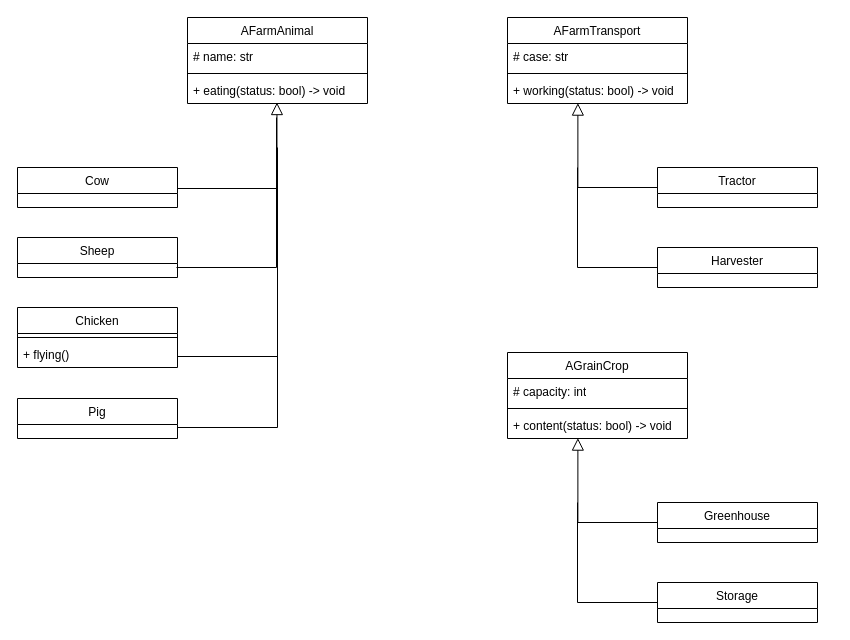
kondak12/oop_practices keeps this draw.io diagram as hw_5/oop_5_2_1.drawio. Above is the earlier version. Source tidied: cells renumbered, new cells numbered last; positions are measured from the earlier drawing's top-left corner, leaving out a move shared by most shapes. Both pictures are drawn from the tidied source at 100%, with x=0, y=0 at pixel (17, 17).
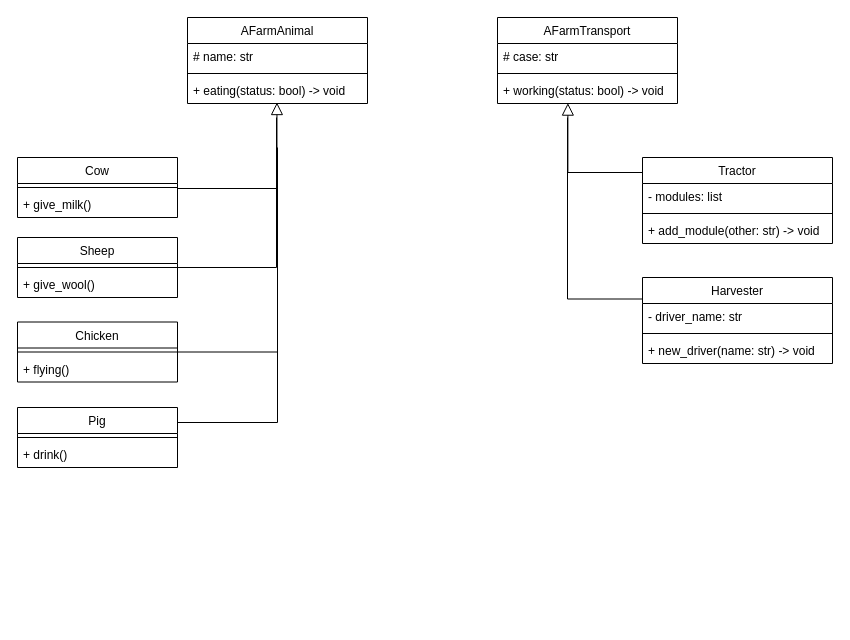
The same diagram, later.

Unchanged cells that the change refers to:
```xml
<mxCell id="20" value="+ working(status: bool) -&amp;gt; void" style="text;strokeColor=none;fillColor=none;align=left;verticalAlign=top;spacingLeft=4;spacingRight=4;overflow=hidden;points=[[0,0.5],[1,0.5]];portConstraint=eastwest;whiteSpace=wrap;html=1;" parent="17" vertex="1">
  <mxGeometry y="60" width="180" height="26" as="geometry" />
</mxCell>
```

Diff of the diagram source:
```diff
@@
-    <mxCell id="2" value="Tractor" style="swimlane;fontStyle=0;align=center;verticalAlign=top;horizontal=1;startSize=26;rounded=0;shadow=0;strokeWidth=1;" parent="1" vertex="1">
-      <mxGeometry x="640" y="150" width="160" height="40" as="geometry" />
-    </mxCell>
-    <mxCell id="3" value="Cow" style="swimlane;fontStyle=0;align=center;verticalAlign=top;horizontal=1;startSize=26;rounded=0;shadow=0;strokeWidth=1;" parent="1" vertex="1">
-      <mxGeometry y="150" width="160" height="40" as="geometry" />
-    </mxCell>
@@
-    <mxCell id="5" value="Harvester" style="swimlane;fontStyle=0;align=center;verticalAlign=top;horizontal=1;startSize=26;rounded=0;shadow=0;strokeWidth=1;" parent="1" vertex="1">
-      <mxGeometry x="640" y="230" width="160" height="40" as="geometry" />
-    </mxCell>
-    <mxCell id="6" style="endArrow=none;html=1;rounded=0;exitX=0;exitY=0.5;exitDx=0;exitDy=0;edgeStyle=elbowEdgeStyle;" parent="1" edge="1" source="5">
+    <mxCell id="6" style="endArrow=none;html=1;rounded=0;exitX=0;exitY=0.25;exitDx=0;exitDy=0;edgeStyle=elbowEdgeStyle;" parent="1" edge="1" source="5">
       <mxGeometry relative="1" as="geometry">
-        <mxPoint x="560" y="150" as="targetPoint" />
+        <mxPoint x="550" y="100" as="targetPoint" />
         <Array as="points">
-          <mxPoint x="560" y="260" />
+          <mxPoint x="550" y="280" />
         </Array>
       </mxGeometry>
     </mxCell>
-    <mxCell id="7" style="endArrow=none;html=1;rounded=0;edgeStyle=elbowEdgeStyle;exitX=1;exitY=0.5;exitDx=0;exitDy=0;" parent="1" edge="1">
+    <mxCell id="7" style="endArrow=none;html=1;rounded=0;edgeStyle=elbowEdgeStyle;exitX=1;exitY=0.5;exitDx=0;exitDy=0;" parent="1" edge="1" source="29">
       <mxGeometry relative="1" as="geometry">
-        <mxPoint x="160" y="339" as="sourcePoint" />
         <mxPoint x="260" y="130" as="targetPoint" />
         <Array as="points">
           <mxPoint x="260" y="330" />
         </Array>
       </mxGeometry>
     </mxCell>
-    <mxCell id="8" style="endArrow=block;endSize=10;endFill=0;shadow=0;strokeWidth=1;rounded=0;curved=0;edgeStyle=elbowEdgeStyle;elbow=vertical;exitX=0;exitY=0.5;exitDx=0;exitDy=0;entryX=0.391;entryY=0.985;entryDx=0;entryDy=0;entryPerimeter=0;" parent="1" edge="1" source="2" target="20">
+    <mxCell id="8" style="endArrow=block;endSize=10;endFill=0;shadow=0;strokeWidth=1;rounded=0;curved=0;edgeStyle=elbowEdgeStyle;elbow=vertical;exitX=0;exitY=0.25;exitDx=0;exitDy=0;entryX=0.391;entryY=0.985;entryDx=0;entryDy=0;entryPerimeter=0;" parent="1" edge="1" source="2" target="20">
       <mxGeometry relative="1" as="geometry">
         <Array as="points">
-          <mxPoint x="600" y="170" />
+          <mxPoint x="600" y="155" />
         </Array>
       </mxGeometry>
     </mxCell>
-    <mxCell id="9" value="Sheep" style="swimlane;fontStyle=0;align=center;verticalAlign=top;horizontal=1;startSize=26;rounded=0;shadow=0;strokeWidth=1;" parent="1" vertex="1">
-      <mxGeometry y="220" width="160" height="40" as="geometry" />
-    </mxCell>
@@
-    <mxCell id="15" value="Pig" style="swimlane;fontStyle=0;align=center;verticalAlign=top;horizontal=1;startSize=26;rounded=0;shadow=0;strokeWidth=1;" parent="1" vertex="1">
-      <mxGeometry y="381" width="160" height="40" as="geometry" />
-    </mxCell>
-    <mxCell id="16" style="endArrow=none;html=1;rounded=0;edgeStyle=elbowEdgeStyle;" parent="1" edge="1" source="15">
+    <mxCell id="16" style="endArrow=none;html=1;rounded=0;edgeStyle=elbowEdgeStyle;exitX=1;exitY=0.25;exitDx=0;exitDy=0;" parent="1" edge="1" source="15">
       <mxGeometry relative="1" as="geometry">
         <mxPoint x="260" y="210" as="targetPoint" />
         <Array as="points">
           <mxPoint x="260" y="410" />
         </Array>
       </mxGeometry>
     </mxCell>
     <mxCell id="17" value="&lt;span style=&quot;font-weight: 400; text-wrap-mode: nowrap;&quot;&gt;AFarmTransport&lt;/span&gt;" style="swimlane;fontStyle=1;align=center;verticalAlign=top;horizontal=1;startSize=26;whiteSpace=wrap;html=1;" parent="1" vertex="1">
-      <mxGeometry x="490" width="180" height="86" as="geometry" />
+      <mxGeometry x="480" width="180" height="86" as="geometry" />
     </mxCell>
@@
-    <mxCell id="21" value="Greenhouse" style="swimlane;fontStyle=0;align=center;verticalAlign=top;horizontal=1;startSize=26;rounded=0;shadow=0;strokeWidth=1;" parent="1" vertex="1">
-      <mxGeometry x="640" y="485" width="160" height="40" as="geometry" />
-    </mxCell>
-    <mxCell id="22" value="Storage" style="swimlane;fontStyle=0;align=center;verticalAlign=top;horizontal=1;startSize=26;rounded=0;shadow=0;strokeWidth=1;" parent="1" vertex="1">
-      <mxGeometry x="640" y="565" width="160" height="40" as="geometry" />
-    </mxCell>
-    <mxCell id="23" style="endArrow=none;html=1;rounded=0;exitX=0;exitY=0.5;exitDx=0;exitDy=0;edgeStyle=elbowEdgeStyle;" parent="1" edge="1" source="22">
-      <mxGeometry relative="1" as="geometry">
-        <mxPoint x="560" y="485" as="targetPoint" />
-        <Array as="points">
-          <mxPoint x="560" y="595" />
-        </Array>
-      </mxGeometry>
-    </mxCell>
-    <mxCell id="24" style="endArrow=block;endSize=10;endFill=0;shadow=0;strokeWidth=1;rounded=0;curved=0;edgeStyle=elbowEdgeStyle;elbow=vertical;exitX=0;exitY=0.5;exitDx=0;exitDy=0;entryX=0.391;entryY=0.985;entryDx=0;entryDy=0;entryPerimeter=0;" parent="1" edge="1" source="21" target="28">
-      <mxGeometry relative="1" as="geometry">
-        <Array as="points">
-          <mxPoint x="600" y="505" />
-        </Array>
-      </mxGeometry>
-    </mxCell>
-    <mxCell id="25" value="&lt;span style=&quot;font-weight: 400; text-wrap-mode: nowrap;&quot;&gt;AGrainCrop&lt;/span&gt;" style="swimlane;fontStyle=1;align=center;verticalAlign=top;horizontal=1;startSize=26;whiteSpace=wrap;html=1;" parent="1" vertex="1">
-      <mxGeometry x="490" y="335" width="180" height="86" as="geometry" />
-    </mxCell>
-    <mxCell id="26" value="# capacity: int" style="text;strokeColor=none;fillColor=none;align=left;verticalAlign=top;spacingLeft=4;spacingRight=4;overflow=hidden;whiteSpace=wrap;html=1;" parent="25" vertex="1">
-      <mxGeometry y="26" width="180" height="26" as="geometry" />
-    </mxCell>
-    <mxCell id="27" style="line;strokeWidth=1;fillColor=none;align=left;verticalAlign=middle;spacingTop=-1;spacingLeft=3;spacingRight=3;labelPosition=right;strokeColor=inherit;" parent="25" vertex="1">
-      <mxGeometry y="52" width="180" height="8" as="geometry" />
-    </mxCell>
-    <mxCell id="28" value="+ content(status: bool) -&amp;gt; void" style="text;strokeColor=none;fillColor=none;align=left;verticalAlign=top;spacingLeft=4;spacingRight=4;overflow=hidden;points=[[0,0.5],[1,0.5]];portConstraint=eastwest;whiteSpace=wrap;html=1;" parent="25" vertex="1">
-      <mxGeometry y="60" width="180" height="26" as="geometry" />
-    </mxCell>
     <mxCell id="29" value="&lt;span style=&quot;font-weight: 400; text-wrap-mode: nowrap;&quot;&gt;Chicken&lt;/span&gt;" style="swimlane;fontStyle=1;align=center;verticalAlign=top;horizontal=1;startSize=26;whiteSpace=wrap;html=1;" parent="1" vertex="1">
-      <mxGeometry y="290" width="160" height="60" as="geometry" />
+      <mxGeometry y="304.5" width="160" height="60" as="geometry" />
     </mxCell>
@@
+    <mxCell id="15" value="&lt;span style=&quot;font-weight: 400; text-wrap-mode: nowrap;&quot;&gt;Pig&lt;/span&gt;" style="swimlane;fontStyle=1;align=center;verticalAlign=top;horizontal=1;startSize=26;whiteSpace=wrap;html=1;" parent="1" vertex="1">
+      <mxGeometry y="390" width="160" height="60" as="geometry" />
+    </mxCell>
+    <mxCell id="32" style="line;strokeWidth=1;fillColor=none;align=left;verticalAlign=middle;spacingTop=-1;spacingLeft=3;spacingRight=3;labelPosition=right;strokeColor=inherit;" parent="15" vertex="1">
+      <mxGeometry y="26" width="160" height="8" as="geometry" />
+    </mxCell>
+    <mxCell id="33" value="+ drink()" style="text;strokeColor=none;fillColor=none;align=left;verticalAlign=top;spacingLeft=4;spacingRight=4;overflow=hidden;whiteSpace=wrap;html=1;" parent="15" vertex="1">
+      <mxGeometry y="34" width="160" height="26" as="geometry" />
+    </mxCell>
+    <mxCell id="9" value="&lt;span style=&quot;font-weight: 400; text-wrap-mode: nowrap;&quot;&gt;Sheep&lt;/span&gt;" style="swimlane;fontStyle=1;align=center;verticalAlign=top;horizontal=1;startSize=26;whiteSpace=wrap;html=1;" parent="1" vertex="1">
+      <mxGeometry y="220" width="160" height="60" as="geometry" />
+    </mxCell>
+    <mxCell id="34" style="line;strokeWidth=1;fillColor=none;align=left;verticalAlign=middle;spacingTop=-1;spacingLeft=3;spacingRight=3;labelPosition=right;strokeColor=inherit;" parent="9" vertex="1">
+      <mxGeometry y="26" width="160" height="8" as="geometry" />
+    </mxCell>
+    <mxCell id="35" value="+ give_wool()" style="text;strokeColor=none;fillColor=none;align=left;verticalAlign=top;spacingLeft=4;spacingRight=4;overflow=hidden;whiteSpace=wrap;html=1;" parent="9" vertex="1">
+      <mxGeometry y="34" width="160" height="26" as="geometry" />
+    </mxCell>
+    <mxCell id="3" value="&lt;span style=&quot;font-weight: 400; text-wrap-mode: nowrap;&quot;&gt;Cow&lt;/span&gt;" style="swimlane;fontStyle=1;align=center;verticalAlign=top;horizontal=1;startSize=26;whiteSpace=wrap;html=1;" parent="1" vertex="1">
+      <mxGeometry y="140" width="160" height="60" as="geometry" />
+    </mxCell>
+    <mxCell id="36" style="line;strokeWidth=1;fillColor=none;align=left;verticalAlign=middle;spacingTop=-1;spacingLeft=3;spacingRight=3;labelPosition=right;strokeColor=inherit;" parent="3" vertex="1">
+      <mxGeometry y="26" width="160" height="8" as="geometry" />
+    </mxCell>
+    <mxCell id="37" value="+ give_milk()" style="text;strokeColor=none;fillColor=none;align=left;verticalAlign=top;spacingLeft=4;spacingRight=4;overflow=hidden;whiteSpace=wrap;html=1;" parent="3" vertex="1">
+      <mxGeometry y="34" width="160" height="26" as="geometry" />
+    </mxCell>
+    <mxCell id="2" value="&lt;span style=&quot;font-weight: 400; text-wrap-mode: nowrap;&quot;&gt;Tractor&lt;/span&gt;" style="swimlane;fontStyle=1;align=center;verticalAlign=top;horizontal=1;startSize=26;whiteSpace=wrap;html=1;" parent="1" vertex="1">
+      <mxGeometry x="625" y="140" width="190" height="86" as="geometry" />
+    </mxCell>
+    <mxCell id="38" value="- modules: list" style="text;strokeColor=none;fillColor=none;align=left;verticalAlign=top;spacingLeft=4;spacingRight=4;overflow=hidden;whiteSpace=wrap;html=1;" parent="2" vertex="1">
+      <mxGeometry y="26" width="190" height="26" as="geometry" />
+    </mxCell>
+    <mxCell id="39" style="line;strokeWidth=1;fillColor=none;align=left;verticalAlign=middle;spacingTop=-1;spacingLeft=3;spacingRight=3;labelPosition=right;strokeColor=inherit;" parent="2" vertex="1">
+      <mxGeometry y="52" width="190" height="8" as="geometry" />
+    </mxCell>
+    <mxCell id="40" value="+ add_module(other: str) -&amp;gt; void" style="text;strokeColor=none;fillColor=none;align=left;verticalAlign=top;spacingLeft=4;spacingRight=4;overflow=hidden;whiteSpace=wrap;html=1;" parent="2" vertex="1">
+      <mxGeometry y="60" width="190" height="26" as="geometry" />
+    </mxCell>
+    <mxCell id="5" value="&lt;span style=&quot;font-weight: 400; text-wrap-mode: nowrap;&quot;&gt;Harvester&lt;/span&gt;" style="swimlane;fontStyle=1;align=center;verticalAlign=top;horizontal=1;startSize=26;whiteSpace=wrap;html=1;" parent="1" vertex="1">
+      <mxGeometry x="625" y="260" width="190" height="86" as="geometry" />
+    </mxCell>
+    <mxCell id="41" value="- driver_name: str" style="text;strokeColor=none;fillColor=none;align=left;verticalAlign=top;spacingLeft=4;spacingRight=4;overflow=hidden;whiteSpace=wrap;html=1;" parent="5" vertex="1">
+      <mxGeometry y="26" width="190" height="26" as="geometry" />
+    </mxCell>
+    <mxCell id="42" style="line;strokeWidth=1;fillColor=none;align=left;verticalAlign=middle;spacingTop=-1;spacingLeft=3;spacingRight=3;labelPosition=right;strokeColor=inherit;" parent="5" vertex="1">
+      <mxGeometry y="52" width="190" height="8" as="geometry" />
+    </mxCell>
+    <mxCell id="43" value="+ new_driver(name: str) -&amp;gt; void" style="text;strokeColor=none;fillColor=none;align=left;verticalAlign=top;spacingLeft=4;spacingRight=4;overflow=hidden;whiteSpace=wrap;html=1;" parent="5" vertex="1">
+      <mxGeometry y="60" width="190" height="26" as="geometry" />
+    </mxCell>
```
